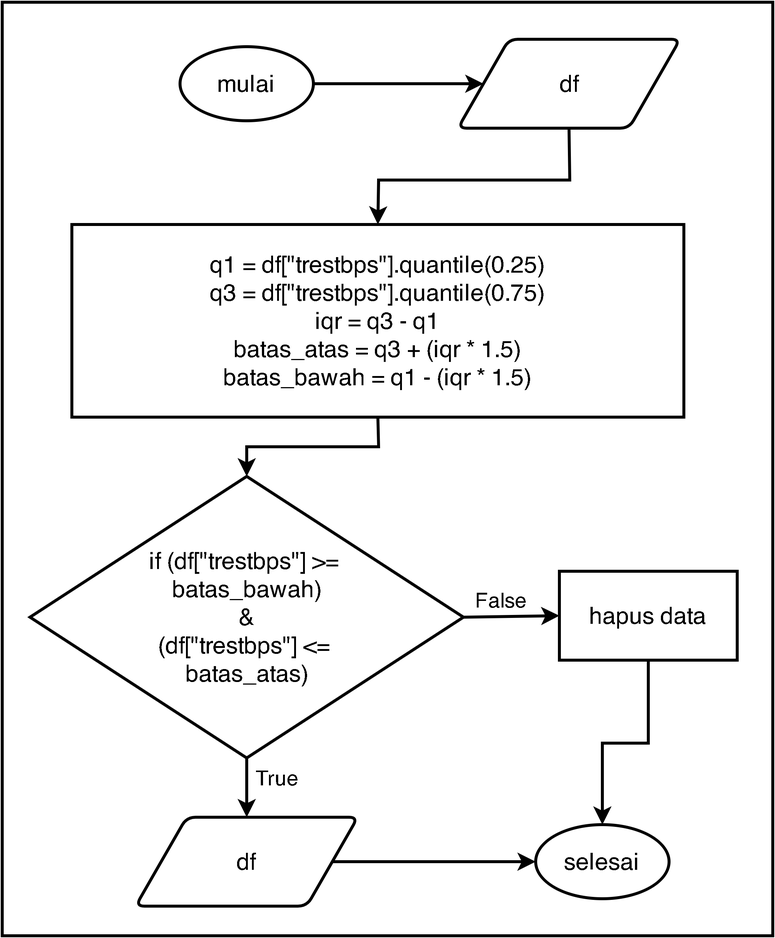
rshby/skripsi keeps this draw.io diagram as Images/flowchart_menghapus_outlier.png. Above is the earlier version. Source tidied: cells renumbered, new cells last; positions are measured from the earlier drawing's top-left corner, leaving out a move shared by most shapes.
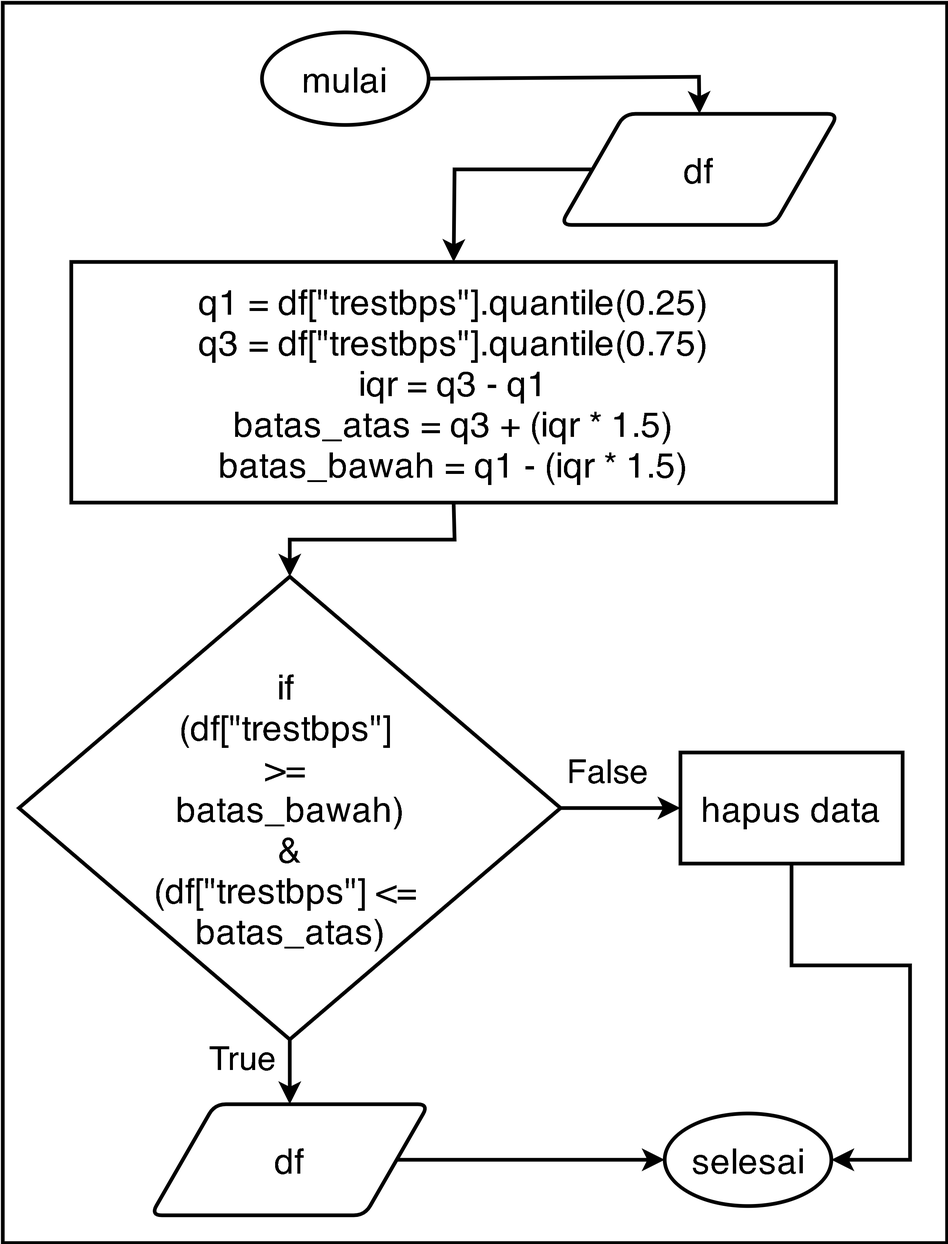
After the commit.

Change to the diagram source:
```diff
@@ -2,74 +2,78 @@
   <root>
     <mxCell id="0" />
     <mxCell id="1" parent="0" />
-    <mxCell id="2" style="group;" parent="1" vertex="1">
-      <mxGeometry width="520" height="630" as="geometry" />
-    </mxCell>
-    <mxCell id="3" style="rounded=0;whiteSpace=wrap;html=1;strokeWidth=2;" parent="2" vertex="1">
-      <mxGeometry width="520" height="630" as="geometry" />
-    </mxCell>
+    <mxCell id="20" style="group;" parent="1" vertex="1">
+      <mxGeometry x="10" y="10" width="510" height="670" as="geometry" />
+    </mxCell>
+    <mxCell id="21" style="rounded=0;whiteSpace=wrap;html=1;fontSize=18;strokeWidth=2;" parent="20" vertex="1">
+      <mxGeometry width="510" height="670" as="geometry" />
+    </mxCell>
-    <mxCell id="4" value="&lt;font style=&quot;font-size: 16px&quot;&gt;mulai&lt;/font&gt;" style="strokeWidth=2;html=1;shape=mxgraph.flowchart.start_1;whiteSpace=wrap;" parent="2" vertex="1">
-      <mxGeometry x="120" y="30" width="90" height="50" as="geometry" />
+    <mxCell id="4" value="&lt;font style=&quot;font-size: 19px&quot;&gt;mulai&lt;/font&gt;" style="strokeWidth=2;html=1;shape=mxgraph.flowchart.start_1;whiteSpace=wrap;" parent="20" vertex="1">
+      <mxGeometry x="140" y="16" width="90" height="50" as="geometry" />
     </mxCell>
-    <mxCell id="5" value="&lt;font style=&quot;font-size: 16px&quot;&gt;df&lt;/font&gt;" style="shape=parallelogram;html=1;strokeWidth=2;perimeter=parallelogramPerimeter;whiteSpace=wrap;rounded=1;arcSize=12;size=0.23;" parent="2" vertex="1">
-      <mxGeometry x="307.5" y="25" width="150" height="60" as="geometry" />
+    <mxCell id="5" value="&lt;font style=&quot;font-size: 19px&quot;&gt;df&lt;/font&gt;" style="shape=parallelogram;html=1;strokeWidth=2;perimeter=parallelogramPerimeter;whiteSpace=wrap;rounded=1;arcSize=12;size=0.23;" parent="20" vertex="1">
+      <mxGeometry x="301.2" y="60" width="150" height="60" as="geometry" />
     </mxCell>
-    <mxCell id="6" style="endArrow=classic;html=1;strokeWidth=2;exitX=1;exitY=0.5;exitDx=0;exitDy=0;exitPerimeter=0;entryX=0;entryY=0.5;entryDx=0;entryDy=0;" parent="2" edge="1" source="4" target="5">
-      <mxGeometry x="20" as="geometry" />
-    </mxCell>
-    <mxCell id="7" value="&lt;span style=&quot;font-size: 16px&quot;&gt;selesai&lt;/span&gt;" style="strokeWidth=2;html=1;shape=mxgraph.flowchart.start_1;whiteSpace=wrap;" parent="2" vertex="1">
-      <mxGeometry x="360" y="555" width="90" height="50" as="geometry" />
+    <mxCell id="7" value="&lt;font style=&quot;font-size: 19px&quot;&gt;selesai&lt;/font&gt;" style="strokeWidth=2;html=1;shape=mxgraph.flowchart.start_1;whiteSpace=wrap;" parent="20" vertex="1">
+      <mxGeometry x="357.5" y="600" width="90" height="50" as="geometry" />
     </mxCell>
-    <mxCell id="8" value="&lt;font style=&quot;font-size: 16px&quot;&gt;df&lt;/font&gt;" style="shape=parallelogram;html=1;strokeWidth=2;perimeter=parallelogramPerimeter;whiteSpace=wrap;rounded=1;arcSize=12;size=0.23;" parent="2" vertex="1">
-      <mxGeometry x="90" y="550" width="150" height="60" as="geometry" />
+    <mxCell id="8" value="&lt;font style=&quot;font-size: 19px&quot;&gt;df&lt;/font&gt;" style="shape=parallelogram;html=1;strokeWidth=2;perimeter=parallelogramPerimeter;whiteSpace=wrap;rounded=1;arcSize=12;size=0.23;" parent="20" vertex="1">
+      <mxGeometry x="80" y="595" width="150" height="60" as="geometry" />
     </mxCell>
-    <mxCell id="9" style="endArrow=classic;html=1;exitX=1;exitY=0.5;exitDx=0;exitDy=0;entryX=0;entryY=0.5;entryDx=0;entryDy=0;entryPerimeter=0;strokeWidth=2;" parent="2" edge="1" source="8" target="7">
-      <mxGeometry x="20" as="geometry" />
+    <mxCell id="9" style="endArrow=classic;html=1;exitX=1;exitY=0.5;exitDx=0;exitDy=0;entryX=0;entryY=0.5;entryDx=0;entryDy=0;entryPerimeter=0;strokeWidth=2;" parent="20" edge="1" source="8" target="7">
+      <mxGeometry x="10" y="-10" as="geometry" />
     </mxCell>
-    <mxCell id="10" value="&lt;font style=&quot;font-size: 16px&quot;&gt;if (df[&quot;trestbps&quot;] &amp;gt;= &lt;br&gt;batas_bawah)&lt;br&gt;&amp;amp;&lt;br&gt;(df[&quot;trestbps&quot;] &amp;lt;= &lt;br&gt;batas_atas)&lt;/font&gt;" style="rhombus;whiteSpace=wrap;html=1;strokeWidth=2;" parent="2" vertex="1">
-      <mxGeometry x="18.8" y="320" width="292.5" height="190" as="geometry" />
+    <mxCell id="10" value="&lt;font style=&quot;font-size: 19px&quot;&gt;if &lt;br&gt;(df[&quot;trestbps&quot;] &lt;br&gt;&amp;gt;= &lt;br&gt;batas_bawah)&lt;br&gt;&amp;amp;&lt;br&gt;(df[&quot;trestbps&quot;] &amp;lt;= &lt;br&gt;batas_atas)&lt;/font&gt;" style="rhombus;whiteSpace=wrap;html=1;strokeWidth=2;" parent="20" vertex="1">
+      <mxGeometry x="8.8" y="310" width="292.5" height="250" as="geometry" />
     </mxCell>
-    <mxCell id="11" style="endArrow=classic;html=1;strokeWidth=2;exitX=0.5;exitY=1;exitDx=0;exitDy=0;entryX=0.5;entryY=0;entryDx=0;entryDy=0;" parent="2" edge="1" source="10" target="8">
-      <mxGeometry x="20" as="geometry" />
+    <mxCell id="11" style="endArrow=classic;html=1;strokeWidth=2;exitX=0.5;exitY=1;exitDx=0;exitDy=0;entryX=0.5;entryY=0;entryDx=0;entryDy=0;" parent="20" edge="1" source="10" target="8">
+      <mxGeometry x="10" y="-10" as="geometry" />
     </mxCell>
-    <mxCell id="12" style="endArrow=classic;html=1;strokeWidth=2;exitX=0.5;exitY=1;exitDx=0;exitDy=0;entryX=0.5;entryY=0;entryDx=0;entryDy=0;rounded=0;" parent="2" edge="1" source="5" target="19">
-      <mxGeometry x="20" as="geometry">
-        <Array as="points">
-          <mxPoint x="383" y="120" />
-          <mxPoint x="254" y="120" />
-        </Array>
-      </mxGeometry>
-    </mxCell>
-    <mxCell id="13" value="&lt;font style=&quot;font-size: 16px&quot;&gt;hapus data&lt;/font&gt;" style="rounded=0;whiteSpace=wrap;html=1;strokeWidth=2;" parent="2" vertex="1">
-      <mxGeometry x="376" y="384" width="120" height="60" as="geometry" />
+    <mxCell id="13" value="&lt;font style=&quot;font-size: 19px&quot;&gt;hapus data&lt;/font&gt;" style="rounded=0;whiteSpace=wrap;html=1;strokeWidth=2;" parent="20" vertex="1">
+      <mxGeometry x="366" y="405" width="120" height="60" as="geometry" />
     </mxCell>
-    <mxCell id="14" style="endArrow=classic;html=1;strokeWidth=2;exitX=1;exitY=0.5;exitDx=0;exitDy=0;entryX=0;entryY=0.5;entryDx=0;entryDy=0;" parent="2" edge="1" source="10" target="13">
-      <mxGeometry x="20" as="geometry" />
+    <mxCell id="14" style="endArrow=classic;html=1;strokeWidth=2;exitX=1;exitY=0.5;exitDx=0;exitDy=0;entryX=0;entryY=0.5;entryDx=0;entryDy=0;" parent="20" edge="1" source="10" target="13">
+      <mxGeometry x="10" y="-10" as="geometry" />
     </mxCell>
-    <mxCell id="15" style="endArrow=classic;html=1;strokeWidth=2;exitX=0.5;exitY=1;exitDx=0;exitDy=0;entryX=0.5;entryY=0;entryDx=0;entryDy=0;entryPerimeter=0;rounded=0;" parent="2" edge="1" source="13" target="7">
-      <mxGeometry x="20" as="geometry">
-        <Array as="points">
-          <mxPoint x="436" y="500" />
-          <mxPoint x="405" y="500" />
-        </Array>
-      </mxGeometry>
-    </mxCell>
-    <mxCell id="16" value="&lt;font style=&quot;font-size: 14px&quot;&gt;False&lt;/font&gt;" style="text;html=1;strokeColor=none;fillColor=none;align=center;verticalAlign=middle;whiteSpace=wrap;rounded=0;" parent="2" vertex="1">
-      <mxGeometry x="317" y="393" width="40" height="20" as="geometry" />
+    <mxCell id="16" value="&lt;font style=&quot;font-size: 18px&quot;&gt;False&lt;/font&gt;" style="text;html=1;strokeColor=none;fillColor=none;align=center;verticalAlign=middle;whiteSpace=wrap;rounded=0;" parent="20" vertex="1">
+      <mxGeometry x="307" y="405" width="40" height="20" as="geometry" />
     </mxCell>
-    <mxCell id="17" value="&lt;font style=&quot;font-size: 14px&quot;&gt;True&lt;/font&gt;" style="text;html=1;strokeColor=none;fillColor=none;align=center;verticalAlign=middle;whiteSpace=wrap;rounded=0;" parent="2" vertex="1">
-      <mxGeometry x="166" y="513" width="40" height="20" as="geometry" />
+    <mxCell id="17" value="&lt;font style=&quot;font-size: 18px&quot;&gt;True&lt;/font&gt;" style="text;html=1;strokeColor=none;fillColor=none;align=center;verticalAlign=middle;whiteSpace=wrap;rounded=0;" parent="20" vertex="1">
+      <mxGeometry x="110" y="560" width="40" height="20" as="geometry" />
     </mxCell>
-    <mxCell id="18" style="endArrow=classic;html=1;strokeWidth=2;exitX=0.5;exitY=1;exitDx=0;exitDy=0;entryX=0.5;entryY=0;entryDx=0;entryDy=0;rounded=0;" parent="2" edge="1" source="19" target="10">
-      <mxGeometry as="geometry">
+    <mxCell id="18" style="endArrow=classic;html=1;strokeWidth=2;exitX=0.5;exitY=1;exitDx=0;exitDy=0;entryX=0.5;entryY=0;entryDx=0;entryDy=0;rounded=0;" parent="20" edge="1" source="19" target="10">
+      <mxGeometry x="-10" y="-10" as="geometry">
         <Array as="points">
-          <mxPoint x="254" y="300" />
-          <mxPoint x="165" y="300" />
+          <mxPoint x="244" y="290" />
+          <mxPoint x="155" y="290" />
         </Array>
       </mxGeometry>
     </mxCell>
-    <mxCell id="19" value="&lt;font style=&quot;font-size: 16px&quot;&gt;q1 = df[&quot;trestbps&quot;].quantile(0.25)&lt;br&gt;q3 = df[&quot;trestbps&quot;].quantile(0.75)&lt;br&gt;iqr = q3 - q1&lt;br&gt;batas_atas = q3 + (iqr * 1.5)&lt;br&gt;batas_bawah = q1 - (iqr * 1.5)&lt;br&gt;&lt;/font&gt;" style="rounded=0;whiteSpace=wrap;html=1;strokeWidth=2;" parent="2" vertex="1">
-      <mxGeometry x="47" y="150" width="413" height="130" as="geometry" />
+    <mxCell id="19" value="&lt;font style=&quot;font-size: 19px&quot;&gt;q1 = df[&quot;trestbps&quot;].quantile(0.25)&lt;br&gt;q3 = df[&quot;trestbps&quot;].quantile(0.75)&lt;br&gt;iqr = q3 - q1&lt;br&gt;batas_atas = q3 + (iqr * 1.5)&lt;br&gt;batas_bawah = q1 - (iqr * 1.5)&lt;br&gt;&lt;/font&gt;" style="rounded=0;whiteSpace=wrap;html=1;strokeWidth=2;" parent="20" vertex="1">
+      <mxGeometry x="37" y="140" width="413" height="130" as="geometry" />
     </mxCell>
+    <mxCell id="15" style="endArrow=classic;html=1;rounded=0;fontSize=19;exitX=0.5;exitY=1;exitDx=0;exitDy=0;entryX=1;entryY=0.5;entryDx=0;entryDy=0;entryPerimeter=0;strokeWidth=2;" parent="20" edge="1" source="13" target="7">
+      <mxGeometry relative="1" as="geometry">
+        <Array as="points">
+          <mxPoint x="426" y="520" />
+          <mxPoint x="490" y="520" />
+          <mxPoint x="490" y="625" />
+        </Array>
+      </mxGeometry>
+    </mxCell>
+    <mxCell id="12" style="endArrow=classic;html=1;rounded=0;fontSize=19;strokeWidth=2;exitX=0;exitY=0.5;exitDx=0;exitDy=0;entryX=0.5;entryY=0;entryDx=0;entryDy=0;" parent="20" edge="1" source="5" target="19">
+      <mxGeometry relative="1" as="geometry">
+        <Array as="points">
+          <mxPoint x="244" y="90" />
+        </Array>
+      </mxGeometry>
+    </mxCell>
+    <mxCell id="6" style="endArrow=classic;html=1;rounded=0;fontSize=19;strokeWidth=2;exitX=1;exitY=0.5;exitDx=0;exitDy=0;exitPerimeter=0;entryX=0.5;entryY=0;entryDx=0;entryDy=0;" parent="20" edge="1" source="4" target="5">
+      <mxGeometry relative="1" as="geometry">
+        <Array as="points">
+          <mxPoint x="376" y="40" />
+        </Array>
+      </mxGeometry>
+    </mxCell>
   </root>
 </mxGraphModel>
```
